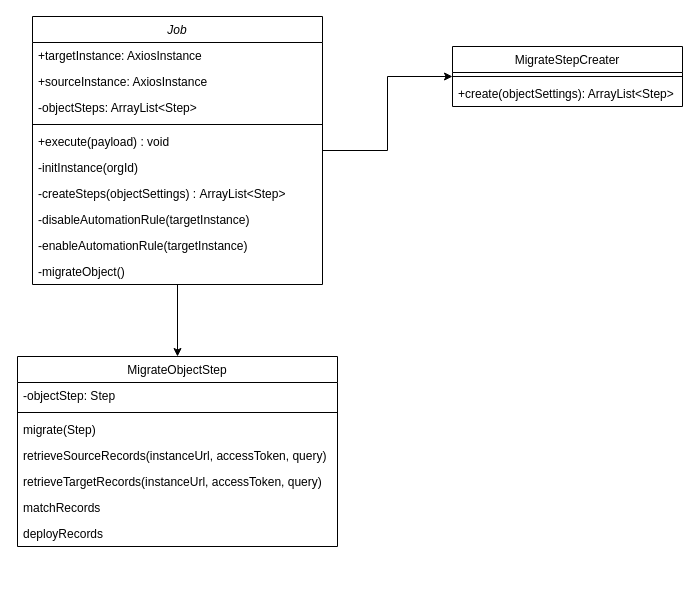
This is class-diagramm.drawio from dtrrk/umldiagrams, a draw.io file, before an edit. Source tidied: cells renumbered, new cells numbered last; positions are measured from the earlier drawing's top-left corner, leaving out a move shared by most shapes. Both pictures are drawn from the tidied source at 100%, with x=0, y=0 at pixel (17, 16).
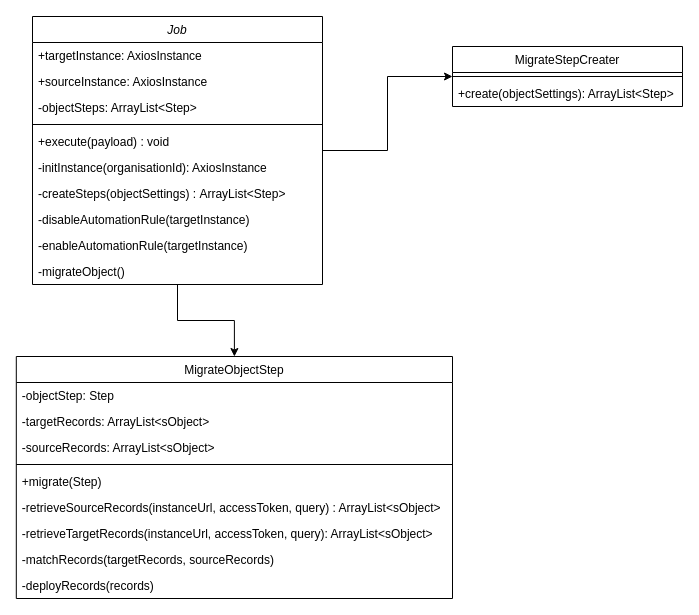
After the change.

Unchanged cells that the change refers to:
```xml
<mxCell id="4" value="Job" style="swimlane;fontStyle=2;align=center;verticalAlign=top;horizontal=1;startSize=26;rounded=0;shadow=0;strokeWidth=1;" parent="1" vertex="1">
  <mxGeometry x="15" width="290" height="268" as="geometry" />
</mxCell>
```

What changed in the source:
```diff
@@
-    <mxCell id="10" value="-initInstance(orgId)" style="text;align=left;verticalAlign=top;spacingLeft=4;spacingRight=4;overflow=hidden;" parent="4" vertex="1">
+    <mxCell id="10" value="-initInstance(organisationId): AxiosInstance" style="text;align=left;verticalAlign=top;spacingLeft=4;spacingRight=4;overflow=hidden;" parent="4" vertex="1">
       <mxGeometry y="138" width="290" height="26" as="geometry" />
     </mxCell>
@@
     <mxCell id="18" value="MigrateObjectStep" style="swimlane;fontStyle=0;align=center;verticalAlign=top;horizontal=1;startSize=26;rounded=0;shadow=0;strokeWidth=1;" parent="1" vertex="1">
-      <mxGeometry y="340" width="320" height="190" as="geometry" />
+      <mxGeometry x="-1.2" y="340" width="436.2" height="242" as="geometry" />
     </mxCell>
     <mxCell id="19" value="-objectStep: Step" style="text;align=left;verticalAlign=top;spacingLeft=4;spacingRight=4;overflow=hidden;" parent="18" vertex="1">
-      <mxGeometry y="26" width="320" height="26" as="geometry" />
+      <mxGeometry y="26" width="436.2" height="26" as="geometry" />
     </mxCell>
+    <mxCell id="26" value="-targetRecords: ArrayList&lt;sObject&gt;" style="text;align=left;verticalAlign=top;spacingLeft=4;spacingRight=4;overflow=hidden;" parent="18" vertex="1">
+      <mxGeometry y="52" width="436.2" height="26" as="geometry" />
+    </mxCell>
+    <mxCell id="27" value="-sourceRecords: ArrayList&lt;sObject&gt;" style="text;align=left;verticalAlign=top;spacingLeft=4;spacingRight=4;overflow=hidden;" parent="18" vertex="1">
+      <mxGeometry y="78" width="436.2" height="26" as="geometry" />
+    </mxCell>
     <mxCell id="20" style="line;html=1;strokeWidth=1;align=left;verticalAlign=middle;spacingTop=-1;spacingLeft=3;spacingRight=3;labelPosition=right;" parent="18" vertex="1">
-      <mxGeometry y="52" width="320" height="8" as="geometry" />
+      <mxGeometry y="104" width="436.2" height="8" as="geometry" />
     </mxCell>
-    <mxCell id="21" value="migrate(Step)" style="text;align=left;verticalAlign=top;spacingLeft=4;spacingRight=4;overflow=hidden;" parent="18" vertex="1">
-      <mxGeometry y="60" width="320" height="26" as="geometry" />
+    <mxCell id="21" value="+migrate(Step)" style="text;align=left;verticalAlign=top;spacingLeft=4;spacingRight=4;overflow=hidden;" parent="18" vertex="1">
+      <mxGeometry y="112" width="436.2" height="26" as="geometry" />
     </mxCell>
-    <mxCell id="22" value="retrieveSourceRecords(instanceUrl, accessToken, query)" style="text;align=left;verticalAlign=top;spacingLeft=4;spacingRight=4;overflow=hidden;" parent="18" vertex="1">
-      <mxGeometry y="86" width="320" height="26" as="geometry" />
+    <mxCell id="22" value="-retrieveSourceRecords(instanceUrl, accessToken, query) : ArrayList&lt;sObject&gt;" style="text;align=left;verticalAlign=top;spacingLeft=4;spacingRight=4;overflow=hidden;" parent="18" vertex="1">
+      <mxGeometry y="138" width="436.2" height="26" as="geometry" />
     </mxCell>
-    <mxCell id="23" value="retrieveTargetRecords(instanceUrl, accessToken, query)" style="text;align=left;verticalAlign=top;spacingLeft=4;spacingRight=4;overflow=hidden;" parent="18" vertex="1">
-      <mxGeometry y="112" width="320" height="26" as="geometry" />
+    <mxCell id="23" value="-retrieveTargetRecords(instanceUrl, accessToken, query): ArrayList&lt;sObject&gt;" style="text;align=left;verticalAlign=top;spacingLeft=4;spacingRight=4;overflow=hidden;" parent="18" vertex="1">
+      <mxGeometry y="164" width="436.2" height="26" as="geometry" />
     </mxCell>
-    <mxCell id="24" value="matchRecords" style="text;align=left;verticalAlign=top;spacingLeft=4;spacingRight=4;overflow=hidden;" parent="18" vertex="1">
-      <mxGeometry y="138" width="320" height="26" as="geometry" />
+    <mxCell id="24" value="-matchRecords(targetRecords, sourceRecords)" style="text;align=left;verticalAlign=top;spacingLeft=4;spacingRight=4;overflow=hidden;" parent="18" vertex="1">
+      <mxGeometry y="190" width="436.2" height="26" as="geometry" />
     </mxCell>
-    <mxCell id="25" value="deployRecords" style="text;align=left;verticalAlign=top;spacingLeft=4;spacingRight=4;overflow=hidden;" parent="18" vertex="1">
-      <mxGeometry y="164" width="320" height="26" as="geometry" />
+    <mxCell id="25" value="-deployRecords(records)" style="text;align=left;verticalAlign=top;spacingLeft=4;spacingRight=4;overflow=hidden;" parent="18" vertex="1">
+      <mxGeometry y="216" width="436.2" height="26" as="geometry" />
     </mxCell>
```
